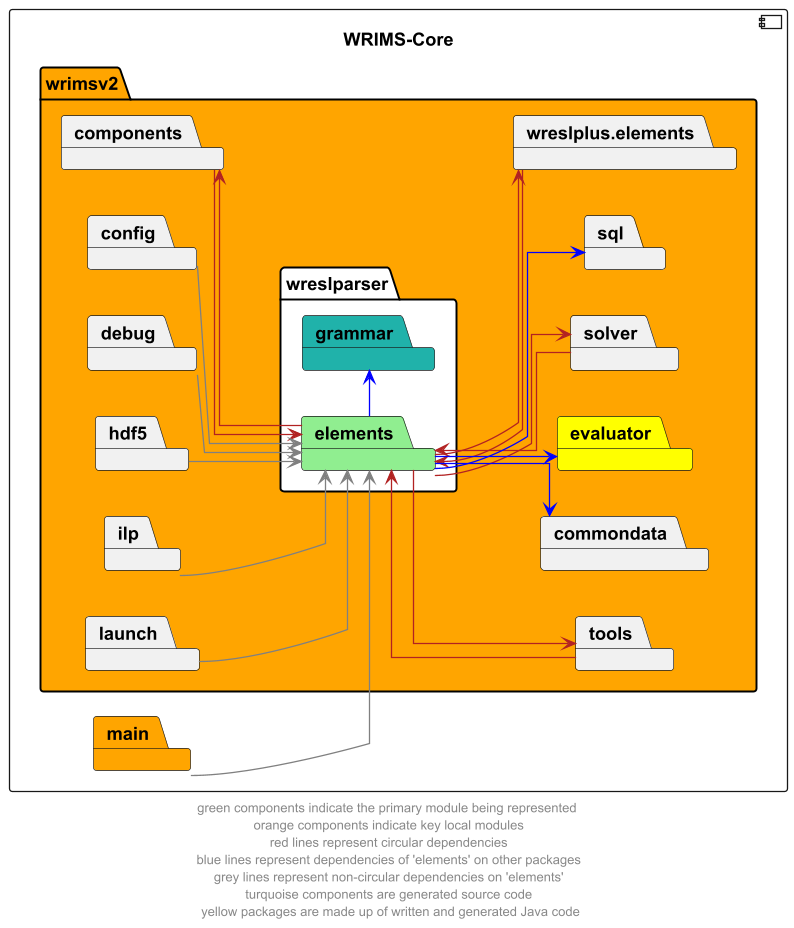
Before: docs/diagrams/wrims-core/wrims-core_wreslparser-elements.png, a diagram exported from PlantUML (CentralValleyModeling/wrims).
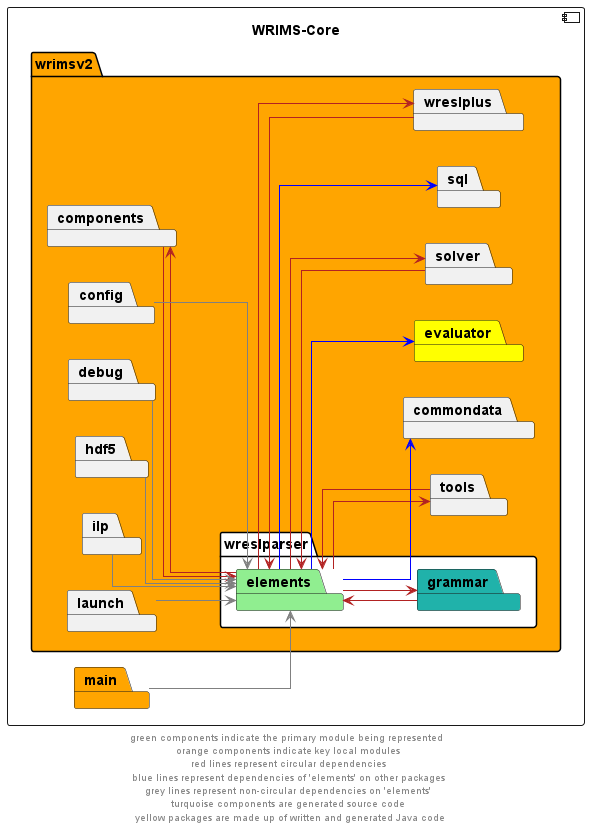
The same diagram one commit later.

Change to the diagram source:
```diff
@@ -14,7 +14,7 @@
         package solver
         package tools
         package sql
-        package wreslplus.elements
+        package wreslplus
 
         package config
         package debug
@@ -31,13 +31,14 @@
 solver -->  elements #firebrick
 elements -->  tools #firebrick
 tools -l->  elements #firebrick
-elements -->  wreslplus.elements #firebrick
-wreslplus.elements -->  elements #firebrick
+elements -->  wreslplus #firebrick
+wreslplus -->  elements #firebrick
+elements -r->  grammar #firebrick
+grammar -->  elements #firebrick
 
 elements -->  commondata #blue
 elements -->  evaluator #blue
 elements -->  sql #blue
-elements -r->  grammar #blue
 
 config -->  elements #grey
 debug -->  elements #grey
```
